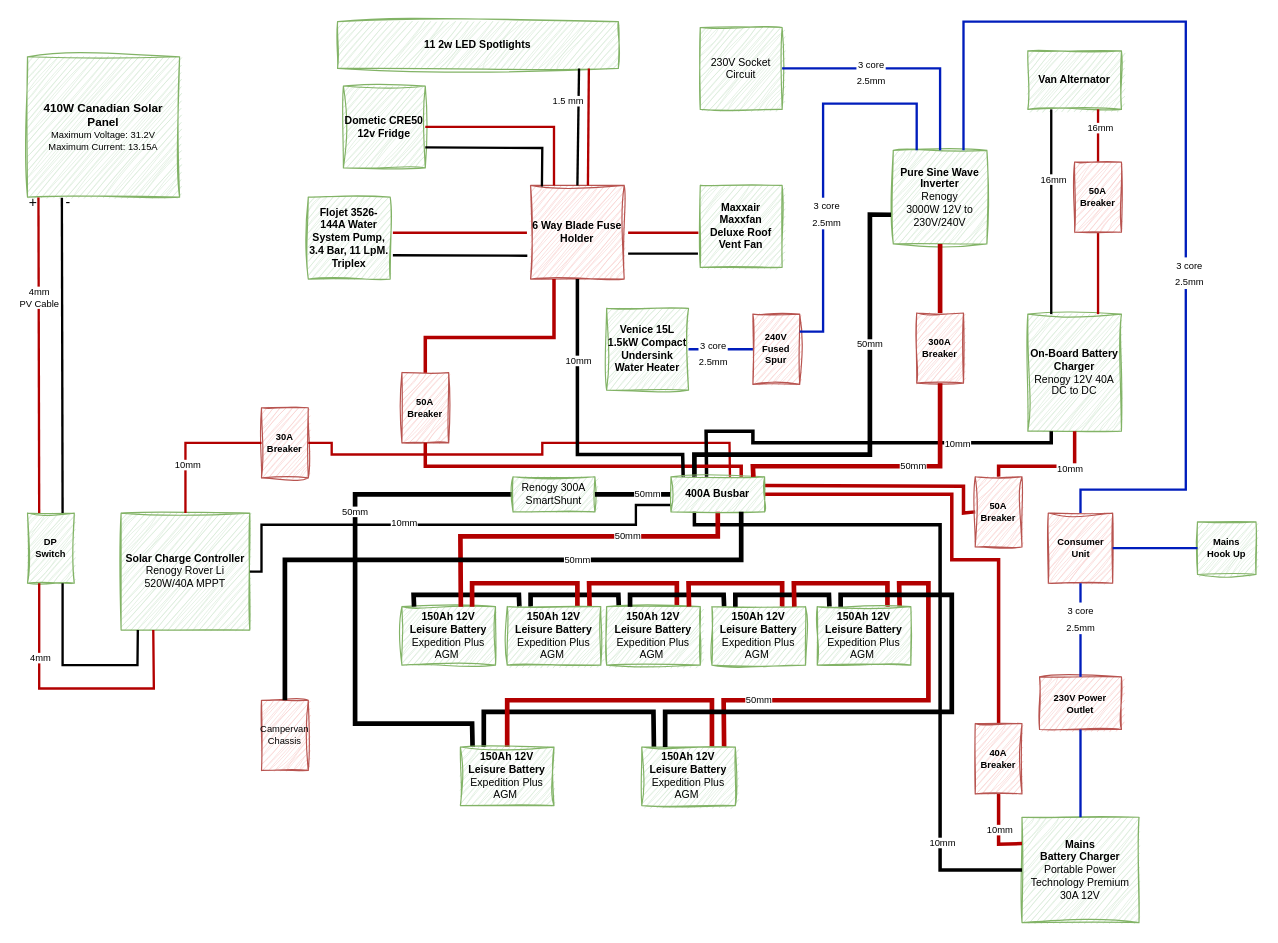
The draw.io diagram page "Electrical System" (2 of 3) of Designs.drawio in martinlt/reference, before the edit. Source tidied: cells renumbered, new cells numbered last; positions are measured from the earlier drawing's top-left corner, leaving out a move shared by most shapes. Both pictures are drawn from the tidied source at 117%, with x=0, y=0 at pixel (27, 21).
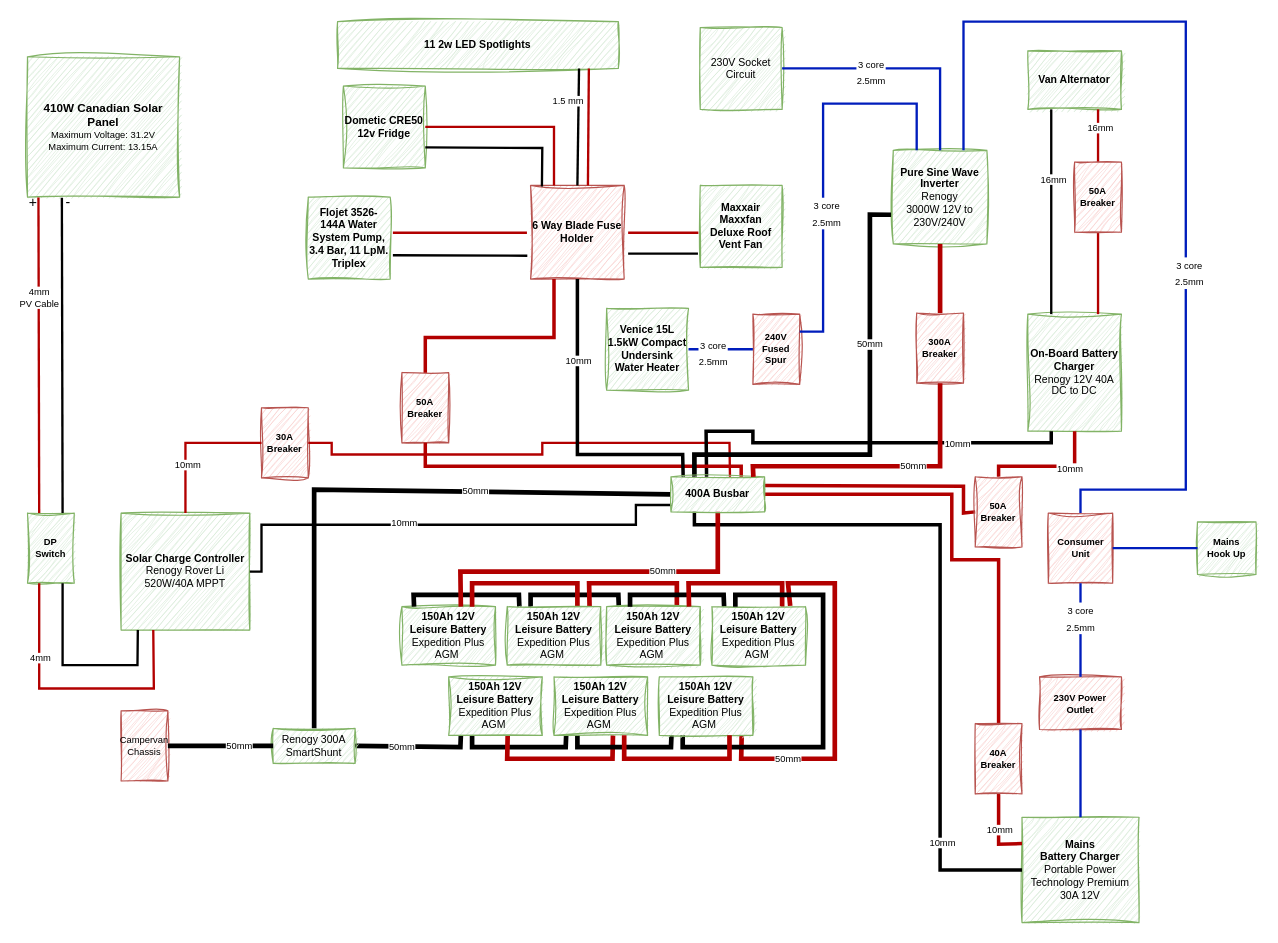
The same diagram, later.

Unchanged cells that the change refers to:
```xml
<mxCell id="15" value="&lt;b&gt;150Ah 12V &lt;br&gt;Leisure Battery&lt;br&gt;&lt;/b&gt;Expedition Plus AGM&amp;nbsp;" style="rounded=0;whiteSpace=wrap;html=1;sketch=1;curveFitting=1;jiggle=2;fontSize=9;fillColor=#d5e8d4;strokeColor=#82b366;points=[[0,0,0,0,0],[0,0.25,0,0,0],[0,0.5,0,0,0],[0,0.75,0,0,0],[0,1,0,0,0],[0.13,0,0,0,0],[0.25,0,0,0,0],[0.25,1,0,0,0],[0.38,0,0,0,0],[0.5,0,0,0,0],[0.5,1,0,0,0],[0.63,0,0,0,0],[0.75,0,0,0,0],[0.75,1,0,0,0],[0.88,0,0,0,0],[1,0,0,0,0],[1,0.25,0,0,0],[1,0.5,0,0,0],[1,0.75,0,0,0],[1,1,0,0,0]];" parent="1" vertex="1">
  <mxGeometry x="320" y="500" width="80" height="50" as="geometry" />
</mxCell>
<mxCell id="85" value="&lt;b&gt;150Ah 12V &lt;br&gt;Leisure Battery&lt;br&gt;&lt;/b&gt;Expedition Plus AGM&amp;nbsp;" style="rounded=0;whiteSpace=wrap;html=1;sketch=1;curveFitting=1;jiggle=2;fontSize=9;fillColor=#d5e8d4;strokeColor=#82b366;points=[[0,0,0,0,0],[0,0.25,0,0,0],[0,0.5,0,0,0],[0,0.75,0,0,0],[0,1,0,0,0],[0.13,0,0,0,0],[0.25,0,0,0,0],[0.25,1,0,0,0],[0.38,0,0,0,0],[0.5,0,0,0,0],[0.5,1,0,0,0],[0.63,0,0,0,0],[0.75,0,0,0,0],[0.75,1,0,0,0],[0.88,0,0,0,0],[1,0,0,0,0],[1,0.25,0,0,0],[1,0.5,0,0,0],[1,0.75,0,0,0],[1,1,0,0,0]];" parent="1" vertex="1">
  <mxGeometry x="585" y="500" width="80" height="50" as="geometry" />
</mxCell>
<mxCell id="105" value="&lt;b&gt;400A Busbar&lt;/b&gt;" style="rounded=0;whiteSpace=wrap;html=1;sketch=1;curveFitting=1;jiggle=2;fontSize=9;fillColor=#d5e8d4;strokeColor=#82b366;points=[[0,0,0,0,0],[0,0.25,0,0,0],[0,0.5,0,0,0],[0,0.75,0,0,0],[0,1,0,0,0],[0.13,0,0,0,0],[0.25,0,0,0,0],[0.25,1,0,0,0],[0.38,0,0,0,0],[0.5,0,0,0,0],[0.5,1,0,0,0],[0.63,0,0,0,0],[0.75,0,0,0,0],[0.75,1,0,0,0],[0.88,0,0,0,0],[1,0,0,0,0],[1,0.25,0,0,0],[1,0.5,0,0,0],[1,0.75,0,0,0],[1,1,0,0,0]];" parent="1" vertex="1">
  <mxGeometry x="550" y="389" width="80" height="30" as="geometry" />
</mxCell>
```

Change to the diagram source:
```diff
@@
-    <mxCell id="18" style="endArrow=none;html=1;rounded=0;exitX=0.13;exitY=0;exitDx=0;exitDy=0;strokeWidth=4;entryX=0.25;entryY=0;entryDx=0;entryDy=0;entryPerimeter=0;exitPerimeter=0;" parent="1" edge="1" source="90" target="89">
+    <mxCell id="18" style="endArrow=none;html=1;rounded=0;exitX=0.13;exitY=1;exitDx=0;exitDy=0;strokeWidth=4;entryX=0.25;entryY=1;entryDx=0;entryDy=0;entryPerimeter=0;exitPerimeter=0;" parent="1" edge="1" source="115" target="89">
       <mxGeometry relative="1" as="geometry">
         <Array as="points">
-          <mxPoint x="535" y="590" />
-          <mxPoint x="390" y="590" />
+          <mxPoint x="460" y="620" />
+          <mxPoint x="380" y="620" />
         </Array>
       </mxGeometry>
     </mxCell>
@@
-    <mxCell id="21" style="endArrow=none;html=1;rounded=0;exitX=0.75;exitY=0;exitDx=0;exitDy=0;strokeWidth=4;entryX=0.5;entryY=0;entryDx=0;entryDy=0;strokeColor=#B20000;fillColor=#e51400;entryPerimeter=0;exitPerimeter=0;" parent="1" edge="1" source="90" target="89">
+    <mxCell id="21" style="endArrow=none;html=1;rounded=0;exitX=0.63;exitY=1;exitDx=0;exitDy=0;strokeWidth=4;entryX=0.63;entryY=1;entryDx=0;entryDy=0;strokeColor=#B20000;fillColor=#e51400;entryPerimeter=0;exitPerimeter=0;" parent="1" edge="1" source="115" target="89">
       <mxGeometry relative="1" as="geometry">
         <Array as="points">
-          <mxPoint x="585" y="580" />
-          <mxPoint x="410" y="580" />
+          <mxPoint x="500" y="630" />
+          <mxPoint x="410" y="630" />
         </Array>
       </mxGeometry>
     </mxCell>
@@
     <mxCell id="46" style="endArrow=none;html=1;rounded=0;strokeWidth=4;entryX=0.63;entryY=0;entryDx=0;entryDy=0;strokeColor=#B20000;entryPerimeter=0;exitX=0.5;exitY=1;exitDx=0;exitDy=0;fillColor=#e51400;exitPerimeter=0;" parent="1" edge="1" source="105" target="15">
       <mxGeometry relative="1" as="geometry">
         <Array as="points">
-          <mxPoint x="590" y="440" />
-          <mxPoint x="370" y="440" />
+          <mxPoint x="590" y="470" />
+          <mxPoint x="370" y="470" />
         </Array>
       </mxGeometry>
     </mxCell>
@@
-    <mxCell id="48" style="endArrow=none;html=1;rounded=0;strokeWidth=4;strokeColor=#000000;exitX=0;exitY=0.5;exitDx=0;exitDy=0;fillColor=#e51400;entryX=0.13;entryY=0;entryDx=0;entryDy=0;entryPerimeter=0;" parent="1" edge="1" source="100" target="89">
+    <mxCell id="48" style="endArrow=none;html=1;rounded=0;strokeWidth=4;strokeColor=#000000;exitX=1;exitY=0.5;exitDx=0;exitDy=0;fillColor=#e51400;entryX=0.13;entryY=1;entryDx=0;entryDy=0;entryPerimeter=0;" parent="1" edge="1" source="100" target="89">
       <mxGeometry relative="1" as="geometry">
         <Array as="points">
-          <mxPoint x="280" y="404" />
-          <mxPoint x="280" y="430" />
-          <mxPoint x="280" y="600" />
-          <mxPoint x="380" y="600" />
+          <mxPoint x="370" y="620" />
         </Array>
       </mxGeometry>
     </mxCell>
     <mxCell id="49" value="50mm" style="edgeLabel;html=1;align=center;verticalAlign=middle;fontSize=8;" parent="48" vertex="1">
-      <mxGeometry x="-0.34" y="-1" relative="1" as="geometry" />
+      <mxGeometry x="-0.34" y="-1" relative="1" as="geometry">
+        <mxPoint x="7" y="-1" as="offset" />
+      </mxGeometry>
     </mxCell>
@@
-    <mxCell id="80" style="endArrow=none;html=1;rounded=0;strokeWidth=4;entryX=0.88;entryY=0;entryDx=0;entryDy=0;strokeColor=#B20000;fillColor=#e51400;entryPerimeter=0;exitX=0.88;exitY=0;exitDx=0;exitDy=0;exitPerimeter=0;" parent="1" edge="1" source="90" target="88">
+    <mxCell id="80" style="endArrow=none;html=1;rounded=0;strokeWidth=4;entryX=0.836;entryY=-0.013;entryDx=0;entryDy=0;strokeColor=#B20000;fillColor=#e51400;entryPerimeter=0;exitX=0.88;exitY=1;exitDx=0;exitDy=0;exitPerimeter=0;" parent="1" edge="1" source="116" target="85">
       <mxGeometry relative="1" as="geometry">
         <Array as="points">
-          <mxPoint x="595" y="580" />
-          <mxPoint x="770" y="580" />
-          <mxPoint x="770" y="480" />
-          <mxPoint x="745" y="480" />
+          <mxPoint x="610" y="630" />
+          <mxPoint x="690" y="630" />
+          <mxPoint x="690" y="480" />
+          <mxPoint x="650" y="480" />
         </Array>
       </mxGeometry>
     </mxCell>
@@
-    <mxCell id="86" style="endArrow=none;html=1;rounded=0;exitX=0.13;exitY=0;exitDx=0;exitDy=0;strokeWidth=4;entryX=0.25;entryY=0;entryDx=0;entryDy=0;entryPerimeter=0;exitPerimeter=0;" parent="1" edge="1" source="88" target="85">
-      <mxGeometry relative="1" as="geometry">
-        <Array as="points">
-          <mxPoint x="685" y="490" />
-          <mxPoint x="605" y="490" />
-        </Array>
-      </mxGeometry>
-    </mxCell>
-    <mxCell id="87" style="endArrow=none;html=1;rounded=0;exitX=0.75;exitY=0;exitDx=0;exitDy=0;strokeWidth=4;entryX=0.88;entryY=0;entryDx=0;entryDy=0;strokeColor=#B20000;fillColor=#e51400;entryPerimeter=0;exitPerimeter=0;" parent="1" edge="1" source="88" target="85">
-      <mxGeometry relative="1" as="geometry">
-        <Array as="points">
-          <mxPoint x="735" y="480" />
-          <mxPoint x="655" y="480" />
-        </Array>
-      </mxGeometry>
-    </mxCell>
-    <mxCell id="88" value="&lt;b&gt;150Ah 12V &lt;br&gt;Leisure Battery&lt;br&gt;&lt;/b&gt;Expedition Plus AGM&amp;nbsp;" style="rounded=0;whiteSpace=wrap;html=1;sketch=1;curveFitting=1;jiggle=2;fontSize=9;fillColor=#d5e8d4;strokeColor=#82b366;points=[[0,0,0,0,0],[0,0.25,0,0,0],[0,0.5,0,0,0],[0,0.75,0,0,0],[0,1,0,0,0],[0.13,0,0,0,0],[0.25,0,0,0,0],[0.25,1,0,0,0],[0.38,0,0,0,0],[0.5,0,0,0,0],[0.5,1,0,0,0],[0.63,0,0,0,0],[0.75,0,0,0,0],[0.75,1,0,0,0],[0.88,0,0,0,0],[1,0,0,0,0],[1,0.25,0,0,0],[1,0.5,0,0,0],[1,0.75,0,0,0],[1,1,0,0,0]];" parent="1" vertex="1">
-      <mxGeometry x="675" y="500" width="80" height="50" as="geometry" />
-    </mxCell>
-    <mxCell id="89" value="&lt;b&gt;150Ah 12V &lt;br&gt;Leisure Battery&lt;br&gt;&lt;/b&gt;Expedition Plus AGM&amp;nbsp;" style="rounded=0;whiteSpace=wrap;html=1;sketch=1;curveFitting=1;jiggle=2;fontSize=9;fillColor=#d5e8d4;strokeColor=#82b366;points=[[0,0,0,0,0],[0,0.25,0,0,0],[0,0.5,0,0,0],[0,0.75,0,0,0],[0,1,0,0,0],[0.13,0,0,0,0],[0.25,0,0,0,0],[0.25,1,0,0,0],[0.38,0,0,0,0],[0.5,0,0,0,0],[0.5,1,0,0,0],[0.63,0,0,0,0],[0.75,0,0,0,0],[0.75,1,0,0,0],[0.88,0,0,0,0],[1,0,0,0,0],[1,0.25,0,0,0],[1,0.5,0,0,0],[1,0.75,0,0,0],[1,1,0,0,0]];" parent="1" vertex="1">
-      <mxGeometry x="370" y="620" width="80" height="50" as="geometry" />
+    <mxCell id="89" value="&lt;b&gt;150Ah 12V &lt;br&gt;Leisure Battery&lt;br&gt;&lt;/b&gt;Expedition Plus AGM&amp;nbsp;" style="rounded=0;whiteSpace=wrap;html=1;sketch=1;curveFitting=1;jiggle=2;fontSize=9;fillColor=#d5e8d4;strokeColor=#82b366;points=[[0,0,0,0,0],[0,0.25,0,0,0],[0,0.5,0,0,0],[0,0.75,0,0,0],[0,1,0,0,0],[0.13,1,0,0,0],[0.25,0,0,0,0],[0.25,1,0,0,0],[0.38,1,0,0,0],[0.5,0,0,0,0],[0.5,1,0,0,0],[0.63,1,0,0,0],[0.75,0,0,0,0],[0.75,1,0,0,0],[0.88,1,0,0,0],[1,0,0,0,0],[1,0.25,0,0,0],[1,0.5,0,0,0],[1,0.75,0,0,0],[1,1,0,0,0]];" parent="1" vertex="1">
+      <mxGeometry x="360" y="560" width="80" height="50" as="geometry" />
     </mxCell>
-    <mxCell id="90" value="&lt;b&gt;150Ah 12V &lt;br&gt;Leisure Battery&lt;br&gt;&lt;/b&gt;Expedition Plus AGM&amp;nbsp;" style="rounded=0;whiteSpace=wrap;html=1;sketch=1;curveFitting=1;jiggle=2;fontSize=9;fillColor=#d5e8d4;strokeColor=#82b366;points=[[0,0,0,0,0],[0,0.25,0,0,0],[0,0.5,0,0,0],[0,0.75,0,0,0],[0,1,0,0,0],[0.13,0,0,0,0],[0.25,0,0,0,0],[0.25,1,0,0,0],[0.38,0,0,0,0],[0.5,0,0,0,0],[0.5,1,0,0,0],[0.63,0,0,0,0],[0.75,0,0,0,0],[0.75,1,0,0,0],[0.88,0,0,0,0],[1,0,0,0,0],[1,0.25,0,0,0],[1,0.5,0,0,0],[1,0.75,0,0,0],[1,1,0,0,0]];" parent="1" vertex="1">
-      <mxGeometry x="525" y="620" width="80" height="50" as="geometry" />
-    </mxCell>
-    <mxCell id="91" style="endArrow=none;html=1;rounded=0;exitX=0.25;exitY=0;exitDx=0;exitDy=0;strokeWidth=4;entryX=0.25;entryY=0;entryDx=0;entryDy=0;entryPerimeter=0;exitPerimeter=0;" parent="1" edge="1" source="88" target="90">
+    <mxCell id="91" style="endArrow=none;html=1;rounded=0;exitX=0.25;exitY=0;exitDx=0;exitDy=0;strokeWidth=4;entryX=0.25;entryY=1;entryDx=0;entryDy=0;entryPerimeter=0;exitPerimeter=0;" parent="1" edge="1" source="85" target="116">
       <mxGeometry relative="1" as="geometry">
         <Array as="points">
-          <mxPoint x="695" y="490" />
-          <mxPoint x="790" y="490" />
-          <mxPoint x="790" y="590" />
-          <mxPoint x="545" y="590" />
+          <mxPoint x="605" y="490" />
+          <mxPoint x="680" y="490" />
+          <mxPoint x="680" y="620" />
+          <mxPoint x="560" y="620" />
         </Array>
       </mxGeometry>
     </mxCell>
@@
     <mxCell id="100" value="Renogy 300A SmartShunt" style="rounded=0;whiteSpace=wrap;html=1;sketch=1;curveFitting=1;jiggle=2;fontSize=9;fillColor=#d5e8d4;strokeColor=#82b366;" parent="1" vertex="1">
-      <mxGeometry x="415" y="389" width="70" height="30" as="geometry" />
+      <mxGeometry x="210" y="604" width="70" height="30" as="geometry" />
     </mxCell>
@@
-    <mxCell id="103" style="endArrow=none;html=1;rounded=0;strokeWidth=4;strokeColor=#000000;exitX=0;exitY=0.5;exitDx=0;exitDy=0;fillColor=#e51400;entryX=1;entryY=0.5;entryDx=0;entryDy=0;exitPerimeter=0;" parent="1" edge="1" source="105" target="100">
-      <mxGeometry relative="1" as="geometry" />
+    <mxCell id="103" style="endArrow=none;html=1;rounded=0;strokeWidth=4;strokeColor=#000000;exitX=0;exitY=0.5;exitDx=0;exitDy=0;fillColor=#e51400;entryX=0.5;entryY=0;entryDx=0;entryDy=0;exitPerimeter=0;" parent="1" edge="1" source="105" target="100">
+      <mxGeometry relative="1" as="geometry">
+        <Array as="points">
+          <mxPoint x="245" y="400" />
+        </Array>
+      </mxGeometry>
     </mxCell>
@@
     <mxCell id="111" value="Campervan Chassis" style="rounded=0;whiteSpace=wrap;html=1;sketch=1;curveFitting=1;jiggle=2;fontSize=8;fillColor=#f8cecc;strokeColor=#b85450;" parent="1" vertex="1">
-      <mxGeometry x="200" y="580" width="40" height="60" as="geometry" />
+      <mxGeometry x="80" y="589" width="40" height="60" as="geometry" />
     </mxCell>
-    <mxCell id="112" style="endArrow=none;html=1;rounded=0;strokeWidth=4;strokeColor=#000000;exitX=0.75;exitY=1;exitDx=0;exitDy=0;fillColor=#e51400;entryX=0.5;entryY=0;entryDx=0;entryDy=0;exitPerimeter=0;" parent="1" edge="1" source="105" target="111">
-      <mxGeometry relative="1" as="geometry">
-        <Array as="points">
-          <mxPoint x="610" y="460" />
-          <mxPoint x="220" y="460" />
-        </Array>
-      </mxGeometry>
+    <mxCell id="112" style="endArrow=none;html=1;rounded=0;strokeWidth=4;strokeColor=#000000;exitX=0;exitY=0.5;exitDx=0;exitDy=0;fillColor=#e51400;entryX=1;entryY=0.5;entryDx=0;entryDy=0;" parent="1" edge="1" source="100" target="111">
+      <mxGeometry relative="1" as="geometry" />
     </mxCell>
@@
+    <mxCell id="114" style="endArrow=none;html=1;rounded=0;exitX=0.13;exitY=1;exitDx=0;exitDy=0;strokeWidth=4;entryX=0.25;entryY=1;entryDx=0;entryDy=0;entryPerimeter=0;exitPerimeter=0;" parent="1" edge="1" source="116" target="115">
+      <mxGeometry relative="1" as="geometry">
+        <Array as="points">
+          <mxPoint x="550" y="620" />
+          <mxPoint x="470" y="620" />
+        </Array>
+      </mxGeometry>
+    </mxCell>
+    <mxCell id="115" value="&lt;b&gt;150Ah 12V &lt;br&gt;Leisure Battery&lt;br&gt;&lt;/b&gt;Expedition Plus AGM&amp;nbsp;" style="rounded=0;whiteSpace=wrap;html=1;sketch=1;curveFitting=1;jiggle=2;fontSize=9;fillColor=#d5e8d4;strokeColor=#82b366;points=[[0,0,0,0,0],[0,0.25,0,0,0],[0,0.5,0,0,0],[0,0.75,0,0,0],[0,1,0,0,0],[0.13,1,0,0,0],[0.25,0,0,0,0],[0.25,1,0,0,0],[0.38,1,0,0,0],[0.5,0,0,0,0],[0.5,1,0,0,0],[0.63,1,0,0,0],[0.75,0,0,0,0],[0.75,1,0,0,0],[0.88,1,0,0,0],[1,0,0,0,0],[1,0.25,0,0,0],[1,0.5,0,0,0],[1,0.75,0,0,0],[1,1,0,0,0]];" parent="1" vertex="1">
+      <mxGeometry x="450" y="560" width="80" height="50" as="geometry" />
+    </mxCell>
+    <mxCell id="116" value="&lt;b&gt;150Ah 12V &lt;br&gt;Leisure Battery&lt;br&gt;&lt;/b&gt;Expedition Plus AGM&amp;nbsp;" style="rounded=0;whiteSpace=wrap;html=1;sketch=1;curveFitting=1;jiggle=2;fontSize=9;fillColor=#d5e8d4;strokeColor=#82b366;points=[[0,0,0,0,0],[0,0.25,0,0,0],[0,0.5,0,0,0],[0,0.75,0,0,0],[0,1,0,0,0],[0.13,1,0,0,0],[0.25,0,0,0,0],[0.25,1,0,0,0],[0.38,1,0,0,0],[0.5,0,0,0,0],[0.5,1,0,0,0],[0.63,1,0,0,0],[0.75,0,0,0,0],[0.75,1,0,0,0],[0.88,1,0,0,0],[1,0,0,0,0],[1,0.25,0,0,0],[1,0.5,0,0,0],[1,0.75,0,0,0],[1,1,0,0,0]];" parent="1" vertex="1">
+      <mxGeometry x="540" y="560" width="80" height="50" as="geometry" />
+    </mxCell>
+    <mxCell id="117" style="endArrow=none;html=1;rounded=0;exitX=0.75;exitY=1;exitDx=0;exitDy=0;strokeWidth=4;entryX=0.75;entryY=1;entryDx=0;entryDy=0;strokeColor=#B20000;fillColor=#e51400;entryPerimeter=0;exitPerimeter=0;" parent="1" edge="1" source="116" target="115">
+      <mxGeometry relative="1" as="geometry">
+        <Array as="points">
+          <mxPoint x="600" y="630" />
+          <mxPoint x="510" y="630" />
+        </Array>
+      </mxGeometry>
+    </mxCell>
```
